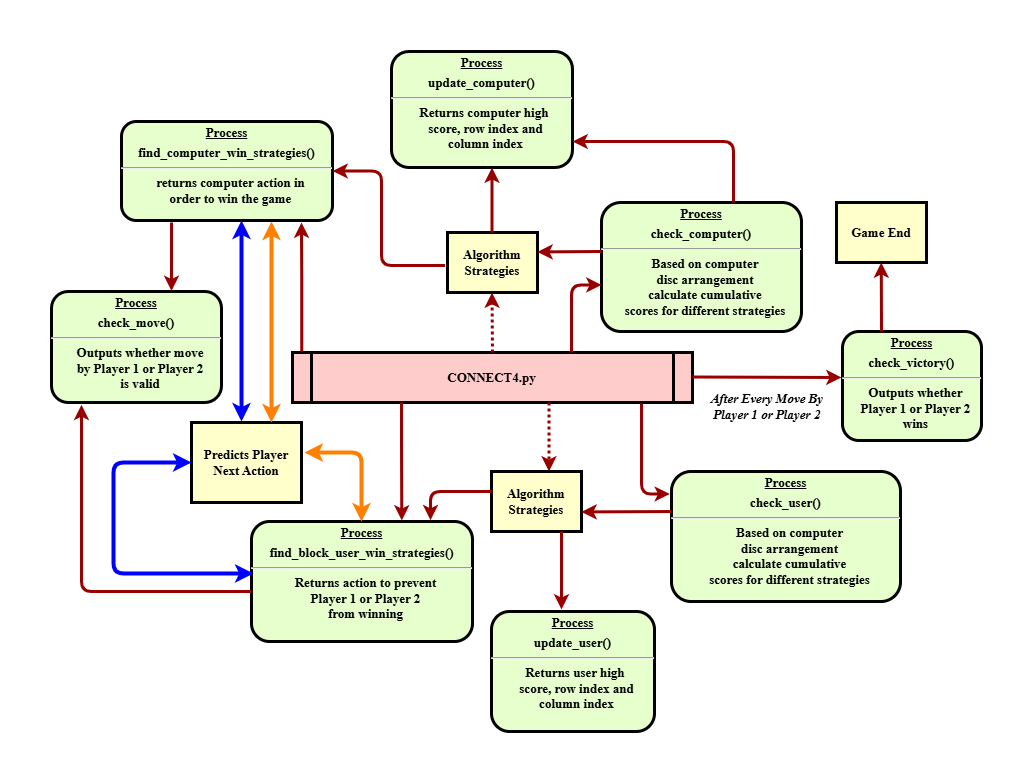
rustlecho/Connect-Four-Board-Game keeps this draw.io diagram as connect4_code_overview.png. Above is the earlier version. Source tidied: cells renumbered, new cells last; positions are measured from the earlier drawing's top-left corner, leaving out a move shared by most shapes.
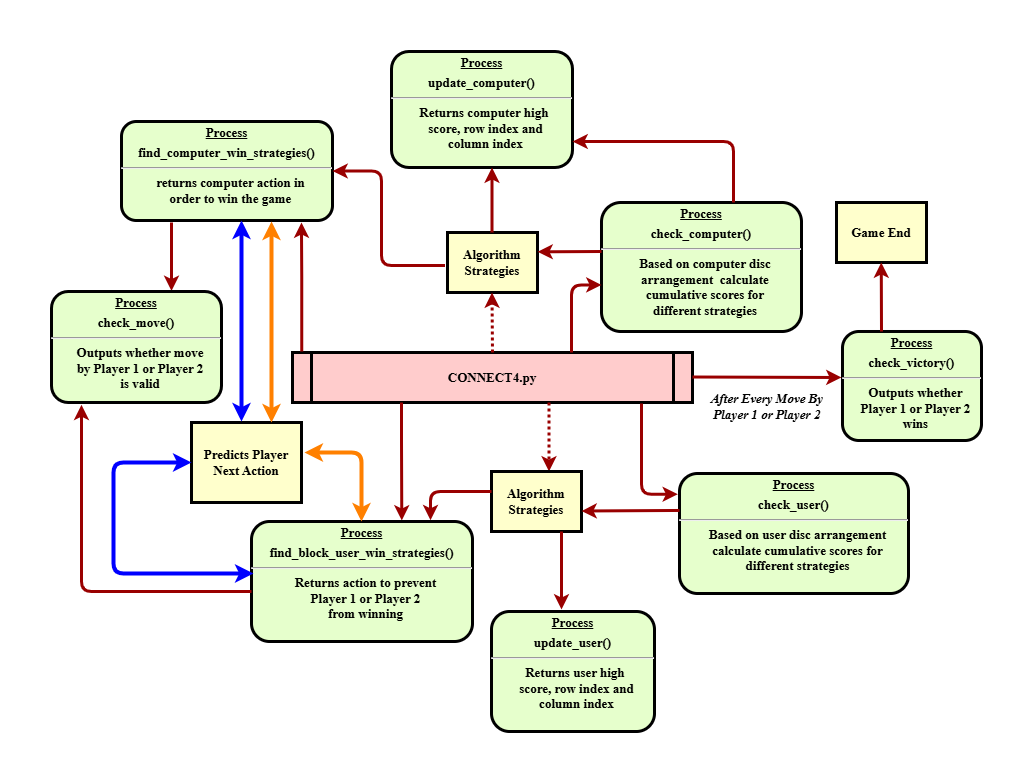
Later version of the same file.

Commit message:
code visualization flowchart added -- updated

The edit, as a diff of the source:
```diff
@@ -17,11 +17,11 @@
     <mxCell id="6" value="&lt;p style=&quot;margin: 4px 0px 0px; text-decoration: underline;&quot;&gt;&lt;strong&gt;&lt;strong&gt;Process&lt;/strong&gt;&lt;/strong&gt;&lt;/p&gt;&lt;p style=&quot;margin: 4px 0px 0px;&quot;&gt;check_victory()&lt;/p&gt;&lt;hr&gt;&lt;p style=&quot;margin: 0px; margin-left: 8px;&quot;&gt;&lt;span style=&quot;background-color: initial;&quot;&gt;Outputs whether&lt;/span&gt;&lt;/p&gt;&lt;p style=&quot;margin: 0px; margin-left: 8px;&quot;&gt;Player 1 or Player 2&lt;/p&gt;&lt;p style=&quot;margin: 0px; margin-left: 8px;&quot;&gt;wins&lt;/p&gt;" style="verticalAlign=middle;align=center;overflow=fill;fontSize=13;fontFamily=Times New Roman;html=1;rounded=1;fontStyle=1;strokeWidth=3;fillColor=#E6FFCC;" parent="1" vertex="1">
       <mxGeometry x="791" y="280" width="139" height="109" as="geometry" />
     </mxCell>
-    <mxCell id="7" value="&lt;p style=&quot;margin: 4px 0px 0px; text-decoration: underline;&quot;&gt;&lt;strong&gt;&lt;strong&gt;Process&lt;/strong&gt;&lt;br&gt;&lt;/strong&gt;&lt;/p&gt;&lt;p style=&quot;margin: 4px 0px 0px;&quot;&gt;check_computer()&lt;/p&gt;&lt;hr&gt;&lt;p style=&quot;margin: 0px; margin-left: 8px;&quot;&gt;Based on computer&lt;/p&gt;&lt;p style=&quot;margin: 0px; margin-left: 8px;&quot;&gt;disc arrangement&lt;/p&gt;&lt;p style=&quot;margin: 0px; margin-left: 8px;&quot;&gt;calculate cumulative&lt;/p&gt;&lt;p style=&quot;margin: 0px; margin-left: 8px;&quot;&gt;scores for different strategies&lt;/p&gt;" style="verticalAlign=middle;align=center;overflow=fill;fontSize=13;fontFamily=Times New Roman;html=1;rounded=1;fontStyle=1;strokeWidth=3;fillColor=#E6FFCC;" parent="1" vertex="1">
+    <mxCell id="7" value="&lt;p style=&quot;margin: 4px 0px 0px; text-decoration: underline;&quot;&gt;&lt;strong&gt;&lt;strong&gt;Process&lt;/strong&gt;&lt;br&gt;&lt;/strong&gt;&lt;/p&gt;&lt;p style=&quot;margin: 4px 0px 0px;&quot;&gt;check_computer()&lt;/p&gt;&lt;hr&gt;&lt;p style=&quot;margin: 0px; margin-left: 8px;&quot;&gt;Based on computer&amp;nbsp;&lt;span style=&quot;background-color: initial;&quot;&gt;disc&lt;/span&gt;&lt;/p&gt;&lt;p style=&quot;margin: 0px; margin-left: 8px;&quot;&gt;&lt;span style=&quot;background-color: initial;&quot;&gt;arrangement&amp;nbsp;&amp;nbsp;&lt;/span&gt;&lt;span style=&quot;background-color: initial;&quot;&gt;calculate&lt;/span&gt;&lt;/p&gt;&lt;p style=&quot;margin: 0px; margin-left: 8px;&quot;&gt;&lt;span style=&quot;background-color: initial;&quot;&gt;cumulative&amp;nbsp;&lt;/span&gt;&lt;span style=&quot;background-color: initial;&quot;&gt;scores for&lt;/span&gt;&lt;/p&gt;&lt;p style=&quot;margin: 0px; margin-left: 8px;&quot;&gt;&lt;span style=&quot;background-color: initial;&quot;&gt;different strategies&lt;/span&gt;&lt;/p&gt;" style="verticalAlign=middle;align=center;overflow=fill;fontSize=13;fontFamily=Times New Roman;html=1;rounded=1;fontStyle=1;strokeWidth=3;fillColor=#E6FFCC;" parent="1" vertex="1">
       <mxGeometry x="550" y="151" width="200" height="129" as="geometry" />
     </mxCell>
-    <mxCell id="8" value="&lt;p style=&quot;margin: 4px 0px 0px; text-decoration: underline;&quot;&gt;&lt;strong&gt;&lt;strong&gt;Process&lt;/strong&gt;&lt;br&gt;&lt;/strong&gt;&lt;/p&gt;&lt;p style=&quot;margin: 4px 0px 0px;&quot;&gt;&lt;strong&gt;&lt;strong&gt;check_user()&lt;/strong&gt;&lt;/strong&gt;&lt;/p&gt;&lt;hr&gt;&lt;p style=&quot;margin: 0px 0px 0px 8px;&quot;&gt;Based on computer&lt;/p&gt;&lt;p style=&quot;margin: 0px 0px 0px 8px;&quot;&gt;disc arrangement&lt;/p&gt;&lt;p style=&quot;margin: 0px 0px 0px 8px;&quot;&gt;calculate cumulative&lt;/p&gt;&lt;p style=&quot;margin: 0px 0px 0px 8px;&quot;&gt;scores for different strategies&lt;/p&gt;" style="verticalAlign=middle;align=center;overflow=fill;fontSize=13;fontFamily=Times New Roman;html=1;rounded=1;fontStyle=1;strokeWidth=3;fillColor=#E6FFCC;" parent="1" vertex="1">
-      <mxGeometry x="620" y="420" width="229" height="130" as="geometry" />
+    <mxCell id="8" value="&lt;p style=&quot;margin: 4px 0px 0px; text-decoration: underline;&quot;&gt;&lt;strong&gt;&lt;strong&gt;Process&lt;/strong&gt;&lt;br&gt;&lt;/strong&gt;&lt;/p&gt;&lt;p style=&quot;margin: 4px 0px 0px;&quot;&gt;&lt;strong&gt;&lt;strong&gt;check_user()&lt;/strong&gt;&lt;/strong&gt;&lt;/p&gt;&lt;hr&gt;&lt;p style=&quot;margin: 0px 0px 0px 8px;&quot;&gt;Based on user&amp;nbsp;&lt;span style=&quot;background-color: initial;&quot;&gt;disc arrangement&lt;/span&gt;&lt;/p&gt;&lt;p style=&quot;margin: 0px 0px 0px 8px;&quot;&gt;calculate cumulative&amp;nbsp;&lt;span style=&quot;background-color: initial;&quot;&gt;scores for&lt;/span&gt;&lt;/p&gt;&lt;p style=&quot;margin: 0px 0px 0px 8px;&quot;&gt;&lt;span style=&quot;background-color: initial;&quot;&gt;different strategies&lt;/span&gt;&lt;/p&gt;" style="verticalAlign=middle;align=center;overflow=fill;fontSize=13;fontFamily=Times New Roman;html=1;rounded=1;fontStyle=1;strokeWidth=3;fillColor=#E6FFCC;" parent="1" vertex="1">
+      <mxGeometry x="628" y="422" width="229" height="120" as="geometry" />
     </mxCell>
     <mxCell id="9" value="Game End" style="whiteSpace=wrap;align=center;verticalAlign=middle;fontStyle=1;strokeWidth=3;fillColor=#FFFFCC;fontFamily=Times New Roman;fontSize=13;" parent="1" vertex="1">
       <mxGeometry x="785" y="151" width="90" height="60" as="geometry" />
```
